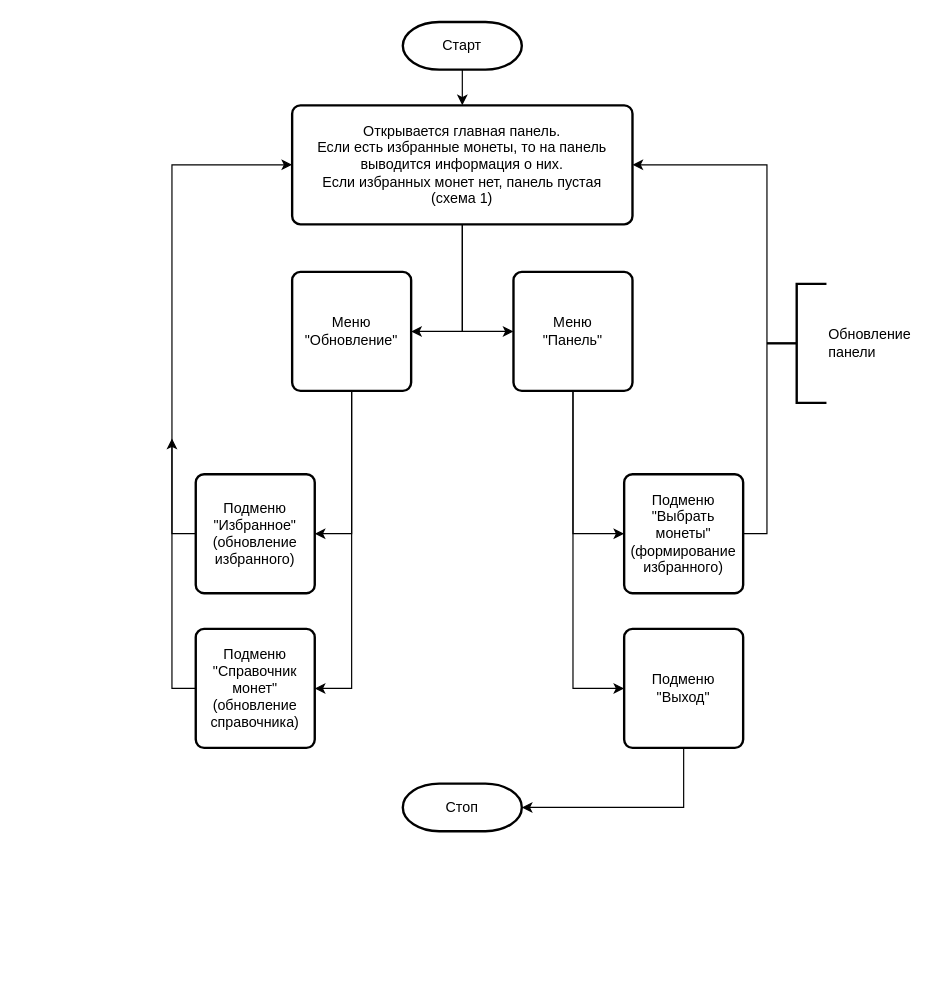
Before: Алгоритмы/crypto_main.drawio in Alexandr-Pidkasisty/Diplom_work, a draw.io diagram. Source tidied: cells renumbered, new cells numbered last; positions are measured from the earlier drawing's top-left corner, leaving out a move shared by most shapes. Both pictures are drawn from the tidied source at 119%, with x=0, y=0 at pixel (171, 21).
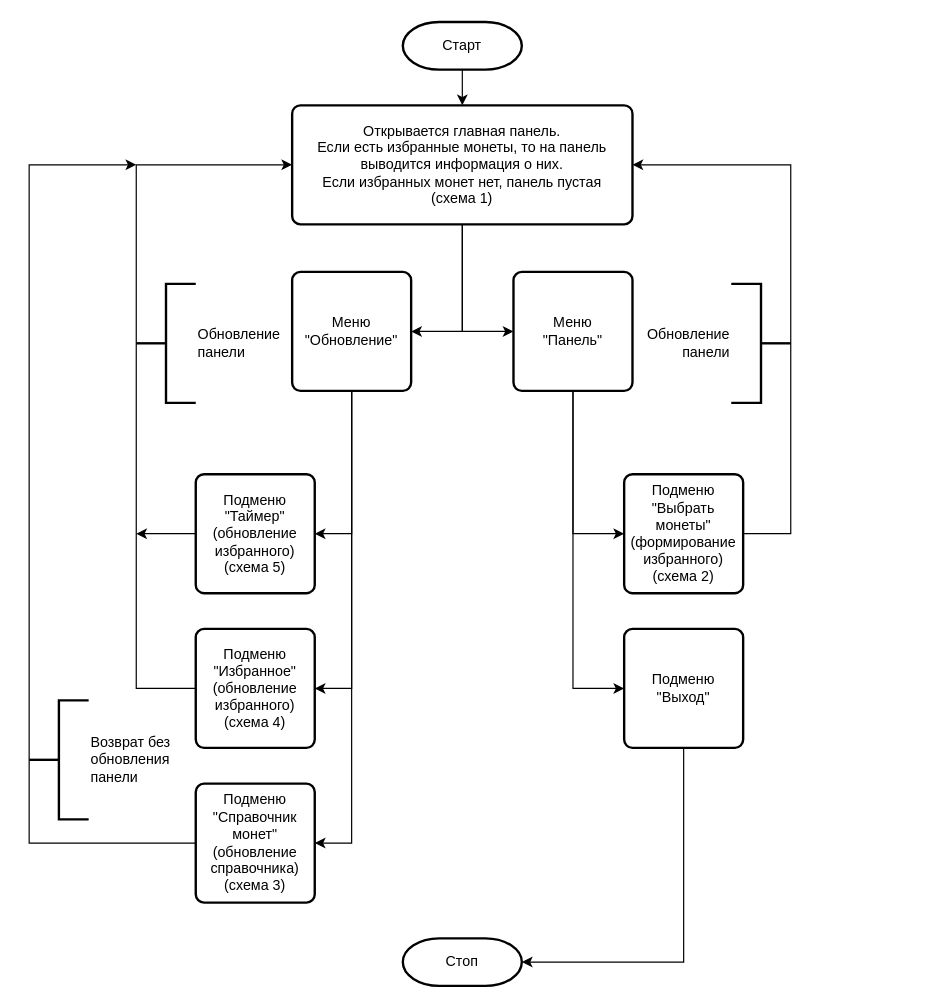
After the change.

The change refers to these unchanged cells:
```xml
<mxCell id="6" value="Открывается главная панель.&lt;div&gt;Если есть избранные монеты, то на панель выводится информация о них.&lt;/div&gt;&lt;div&gt;Если избранных монет нет, панель пустая&lt;/div&gt;&lt;div&gt;(схема 1)&lt;/div&gt;" style="rounded=1;whiteSpace=wrap;html=1;absoluteArcSize=1;arcSize=14;strokeWidth=2;" parent="1" vertex="1">
  <mxGeometry x="101" y="70" width="286" height="100" as="geometry" />
</mxCell>
<mxCell id="14" value="Меню&lt;div&gt;&quot;Обновление&quot;&lt;/div&gt;" style="rounded=1;whiteSpace=wrap;html=1;absoluteArcSize=1;arcSize=14;strokeWidth=2;" parent="1" vertex="1">
  <mxGeometry x="101" y="210" width="100" height="100" as="geometry" />
</mxCell>
```

What changed in the source:
```diff
@@
     <mxCell id="9" style="edgeStyle=orthogonalEdgeStyle;rounded=0;jettySize=auto;html=1;entryX=1;entryY=0.5;entryDx=0;entryDy=0;exitX=1;exitY=0.5;exitDx=0;exitDy=0;" parent="1" edge="1" source="10" target="6">
-      <mxGeometry relative="1" as="geometry" />
+      <mxGeometry relative="1" as="geometry">
+        <Array as="points">
+          <mxPoint x="520" y="430" />
+          <mxPoint x="520" y="120" />
+        </Array>
+      </mxGeometry>
     </mxCell>
-    <mxCell id="10" value="Подменю&lt;div&gt;&quot;Выбрать монеты&quot;&lt;/div&gt;&lt;div&gt;(формирование избранного)&lt;/div&gt;" style="rounded=1;whiteSpace=wrap;html=1;absoluteArcSize=1;arcSize=14;strokeWidth=2;" parent="1" vertex="1">
+    <mxCell id="10" value="Подменю&lt;div&gt;&quot;Выбрать монеты&quot;&lt;/div&gt;&lt;div&gt;(формирование избранного)&lt;/div&gt;&lt;div&gt;(схема 2)&lt;/div&gt;" style="rounded=1;whiteSpace=wrap;html=1;absoluteArcSize=1;arcSize=14;strokeWidth=2;" parent="1" vertex="1">
       <mxGeometry x="380" y="380" width="100" height="100" as="geometry" />
     </mxCell>
@@
     <mxCell id="12" value="Стоп" style="strokeWidth=2;html=1;shape=mxgraph.flowchart.terminator;whiteSpace=wrap;" parent="1" vertex="1">
-      <mxGeometry x="194" y="640" width="100" height="40" as="geometry" />
+      <mxGeometry x="194" y="770" width="100" height="40" as="geometry" />
     </mxCell>
@@
+    <mxCell id="23" style="edgeStyle=orthogonalEdgeStyle;rounded=0;jettySize=auto;html=1;defaultLabelBackgroundColor=page;entryX=1;entryY=0.5;entryDx=0;entryDy=0;" parent="1" edge="1" source="14" target="26">
+      <mxGeometry relative="1" as="geometry" />
+    </mxCell>
@@
     <mxCell id="17" style="edgeStyle=orthogonalEdgeStyle;rounded=0;jettySize=auto;html=1;entryX=0;entryY=0.5;entryDx=0;entryDy=0;exitX=0;exitY=0.5;exitDx=0;exitDy=0;" parent="1" edge="1" source="18" target="6">
-      <mxGeometry relative="1" as="geometry" />
+      <mxGeometry relative="1" as="geometry">
+        <Array as="points">
+          <mxPoint x="-30" y="560" />
+          <mxPoint x="-30" y="120" />
+        </Array>
+      </mxGeometry>
     </mxCell>
-    <mxCell id="18" value="Подменю&lt;div&gt;&quot;Избранное&quot;&lt;/div&gt;&lt;div&gt;(обновление избранного)&lt;/div&gt;" style="rounded=1;whiteSpace=wrap;html=1;absoluteArcSize=1;arcSize=14;strokeWidth=2;" parent="1" vertex="1">
-      <mxGeometry x="20" y="380" width="100" height="100" as="geometry" />
+    <mxCell id="18" value="Подменю&lt;div&gt;&quot;Избранное&quot;&lt;/div&gt;&lt;div&gt;(обновление избранного)&lt;/div&gt;&lt;div&gt;(схема 4)&lt;/div&gt;" style="rounded=1;whiteSpace=wrap;html=1;absoluteArcSize=1;arcSize=14;strokeWidth=2;" parent="1" vertex="1">
+      <mxGeometry x="20" y="510" width="100" height="100" as="geometry" />
     </mxCell>
-    <mxCell id="19" style="edgeStyle=orthogonalEdgeStyle;rounded=0;jettySize=auto;html=1;" parent="1" edge="1" source="20">
-      <mxGeometry x="-0.35" relative="1" as="geometry">
-        <mxPoint y="350" as="targetPoint" />
-      </mxGeometry>
-    </mxCell>
+    <mxCell id="24" style="edgeStyle=orthogonalEdgeStyle;rounded=0;jettySize=auto;html=1;defaultLabelBackgroundColor=page;exitX=0;exitY=0.5;exitDx=0;exitDy=0;" parent="1" edge="1" source="20">
+      <mxGeometry x="0.17" relative="1" as="geometry">
+        <mxPoint x="-30" y="120" as="targetPoint" />
+        <Array as="points">
+          <mxPoint x="-120" y="690" />
+          <mxPoint x="-120" y="120" />
+        </Array>
+      </mxGeometry>
+    </mxCell>
-    <mxCell id="20" value="Подменю&lt;div&gt;&quot;Справочник монет&quot;&lt;/div&gt;&lt;div&gt;(обновление справочника)&lt;/div&gt;" style="rounded=1;whiteSpace=wrap;html=1;absoluteArcSize=1;arcSize=14;strokeWidth=2;" parent="1" vertex="1">
-      <mxGeometry x="20" y="510" width="100" height="100" as="geometry" />
+    <mxCell id="20" value="Подменю&lt;div&gt;&quot;Справочник монет&quot;&lt;/div&gt;&lt;div&gt;(обновление справочника) (схема 3)&lt;/div&gt;" style="rounded=1;whiteSpace=wrap;html=1;absoluteArcSize=1;arcSize=14;strokeWidth=2;" parent="1" vertex="1">
+      <mxGeometry x="20" y="640" width="100" height="100" as="geometry" />
     </mxCell>
@@
-    <mxCell id="22" value="Обновление&lt;div&gt;панели&lt;/div&gt;" style="strokeWidth=2;html=1;shape=mxgraph.flowchart.annotation_2;align=left;labelPosition=right;" parent="1" vertex="1">
-      <mxGeometry x="500" y="220" width="50" height="100" as="geometry" />
+    <mxCell id="22" value="Обновление&lt;div&gt;панели&lt;/div&gt;" style="strokeWidth=2;html=1;shape=mxgraph.flowchart.annotation_2;align=right;labelPosition=left;rotation=0;direction=west;verticalLabelPosition=middle;verticalAlign=middle;labelPerimeter=1;" parent="1" vertex="1">
+      <mxGeometry x="470" y="220" width="50" height="100" as="geometry" />
     </mxCell>
+    <mxCell id="25" style="edgeStyle=orthogonalEdgeStyle;rounded=0;jettySize=auto;html=1;defaultLabelBackgroundColor=page;" parent="1" edge="1" source="26">
+      <mxGeometry relative="1" as="geometry">
+        <mxPoint x="-30" y="430" as="targetPoint" />
+      </mxGeometry>
+    </mxCell>
+    <mxCell id="26" value="Подменю&lt;div&gt;&quot;Таймер&quot;&lt;/div&gt;&lt;div&gt;(обновление избранного)&lt;/div&gt;&lt;div&gt;(схема 5)&lt;/div&gt;" style="rounded=1;whiteSpace=wrap;html=1;absoluteArcSize=1;arcSize=14;strokeWidth=2;" parent="1" vertex="1">
+      <mxGeometry x="20" y="380" width="100" height="100" as="geometry" />
+    </mxCell>
+    <mxCell id="27" value="Обновление&lt;div&gt;панели&lt;/div&gt;" style="strokeWidth=2;html=1;shape=mxgraph.flowchart.annotation_2;align=left;labelPosition=right;" parent="1" vertex="1">
+      <mxGeometry x="-30" y="220" width="50" height="100" as="geometry" />
+    </mxCell>
+    <mxCell id="28" value="Возврат&amp;nbsp;&lt;span style=&quot;background-color: transparent; color: light-dark(#000000, var(--ge-light-color, #ffffff));&quot;&gt;без&lt;/span&gt;&lt;div&gt;&lt;span style=&quot;background-color: transparent; color: light-dark(#000000, var(--ge-light-color, #ffffff));&quot;&gt;обновления&lt;/span&gt;&lt;/div&gt;&lt;div&gt;&lt;span style=&quot;background-color: transparent; color: light-dark(#000000, var(--ge-light-color, #ffffff));&quot;&gt;панели&lt;/span&gt;&lt;/div&gt;" style="strokeWidth=2;html=1;shape=mxgraph.flowchart.annotation_2;align=left;labelPosition=right;" parent="1" vertex="1">
+      <mxGeometry x="-120" y="570" width="50" height="100" as="geometry" />
+    </mxCell>
```
